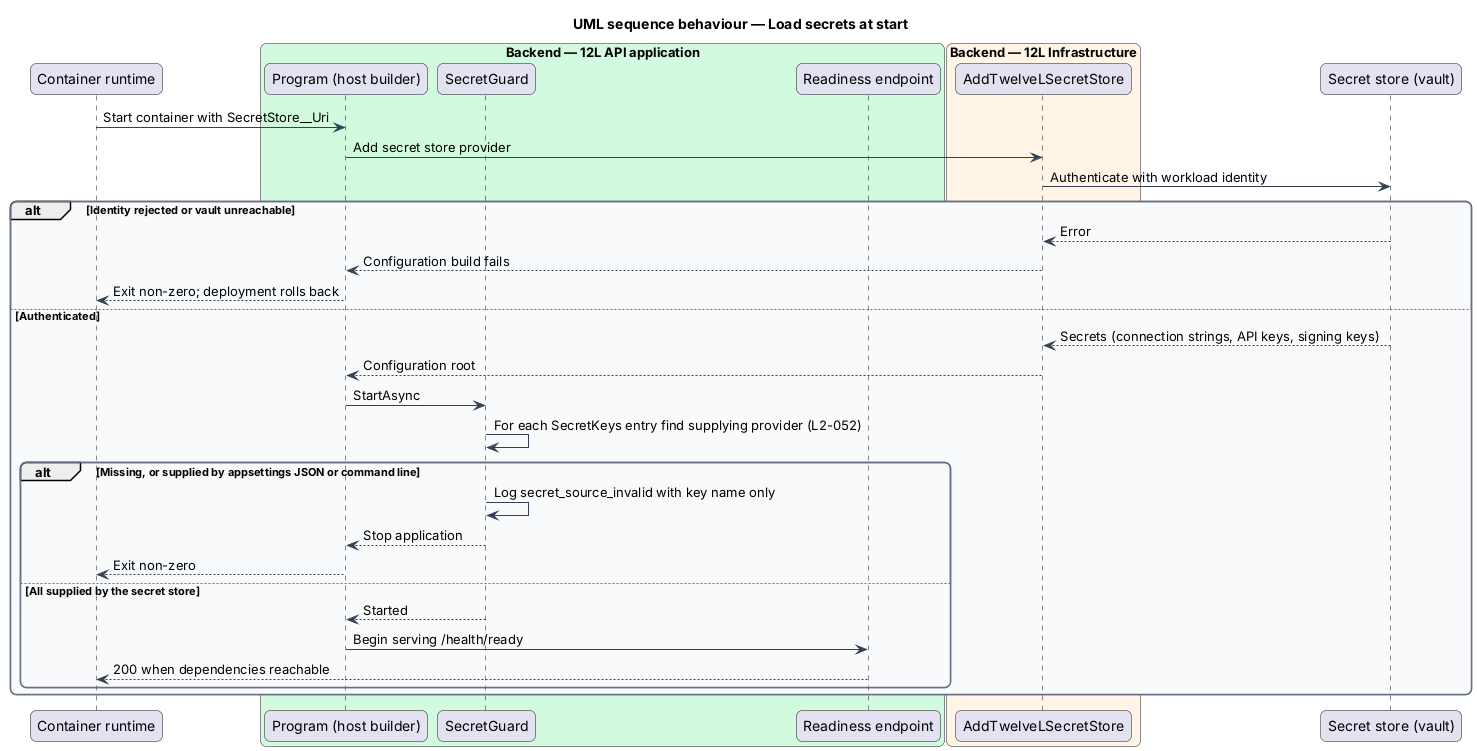
Above: docs/detailed-designs/platform/protect-credentials-and-supply-chain/diagrams/sequence-load-secrets.png in QuinntyneBrown/sycapooke (PlantUML), before the change. The source it was exported from:
```plantuml
@startuml
title UML sequence behaviour — Load secrets at start
skinparam backgroundColor #FFFFFF
skinparam shadowing false
skinparam roundcorner 12
skinparam defaultFontName Arial
skinparam ArrowColor #344054
skinparam rectangle {
  BorderColor #344054
  FontColor #101828
}
skinparam package {
  BorderColor #667085
  FontColor #101828
  BackgroundColor #F9FAFB
}
participant "Container runtime" as runtime
box "Backend — 12L API application" #D1FADF
  participant "Program (host builder)" as host
  participant "SecretGuard" as guard
  participant "Readiness endpoint" as ready
end box
box "Backend — 12L Infrastructure" #FFF4E5
  participant "AddTwelveLSecretStore" as provider
end box
participant "Secret store (vault)" as vault
runtime -> host : Start container with SecretStore__Uri
host -> provider : Add secret store provider
provider -> vault : Authenticate with workload identity
alt Identity rejected or vault unreachable
  vault --> provider : Error
  provider --> host : Configuration build fails
  host --> runtime : Exit non-zero; deployment rolls back
else Authenticated
  vault --> provider : Secrets (connection strings, API keys, signing keys)
  provider --> host : Configuration root
  host -> guard : StartAsync
  guard -> guard : For each SecretKeys entry find supplying provider (L2-052)
  alt Missing, or supplied by appsettings JSON or command line
    guard -> guard : Log secret_source_invalid with key name only
    guard --> host : Stop application
    host --> runtime : Exit non-zero
  else All supplied by the secret store
    guard --> host : Started
    host -> ready : Begin serving /health/ready
    ready --> runtime : 200 when dependencies reachable
  end
end
@enduml
```
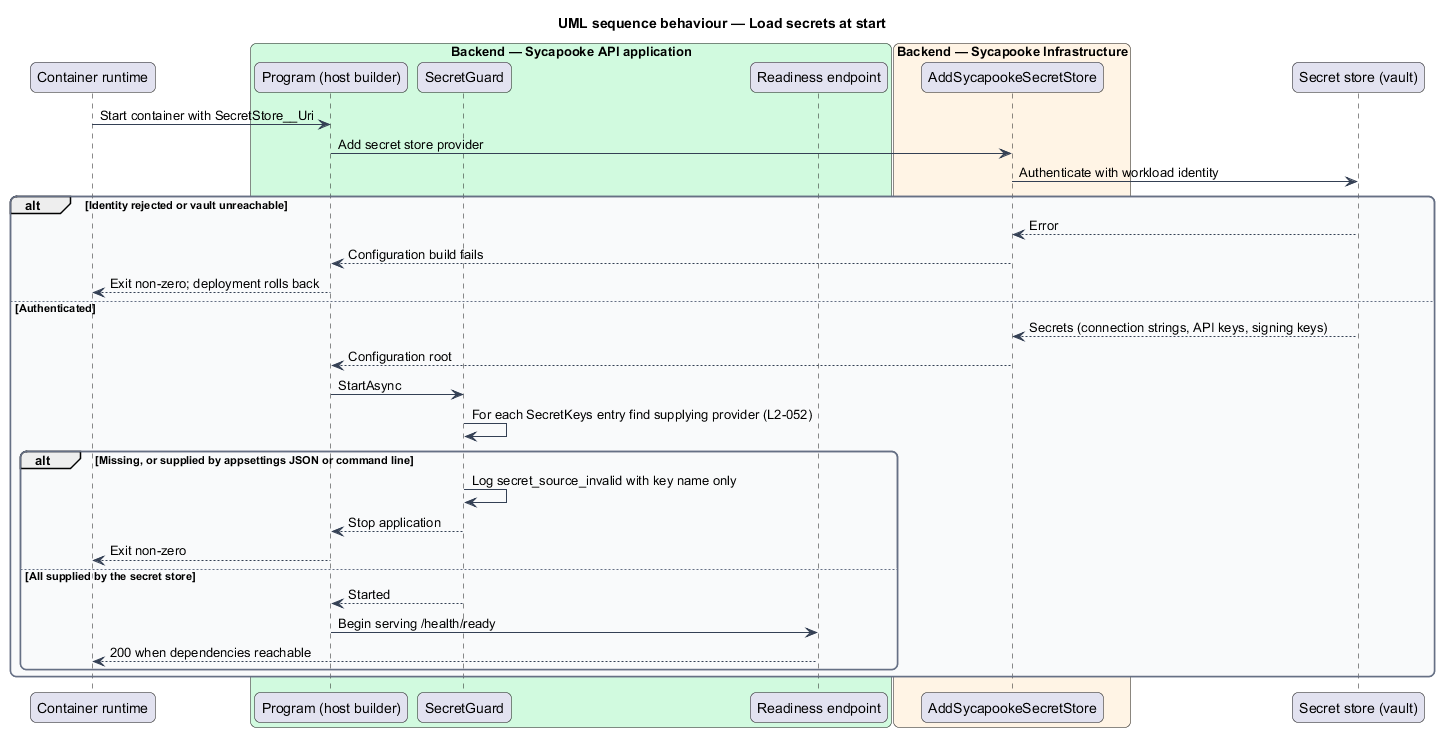
The same file after the commit.

Diff of the diagram source:
```diff
@@ -15,13 +15,13 @@
   BackgroundColor #F9FAFB
 }
 participant "Container runtime" as runtime
-box "Backend — 12L API application" #D1FADF
+box "Backend — Sycapooke API application" #D1FADF
   participant "Program (host builder)" as host
   participant "SecretGuard" as guard
   participant "Readiness endpoint" as ready
 end box
-box "Backend — 12L Infrastructure" #FFF4E5
-  participant "AddTwelveLSecretStore" as provider
+box "Backend — Sycapooke Infrastructure" #FFF4E5
+  participant "AddSycapookeSecretStore" as provider
 end box
 participant "Secret store (vault)" as vault
 runtime -> host : Start container with SecretStore__Uri
```
